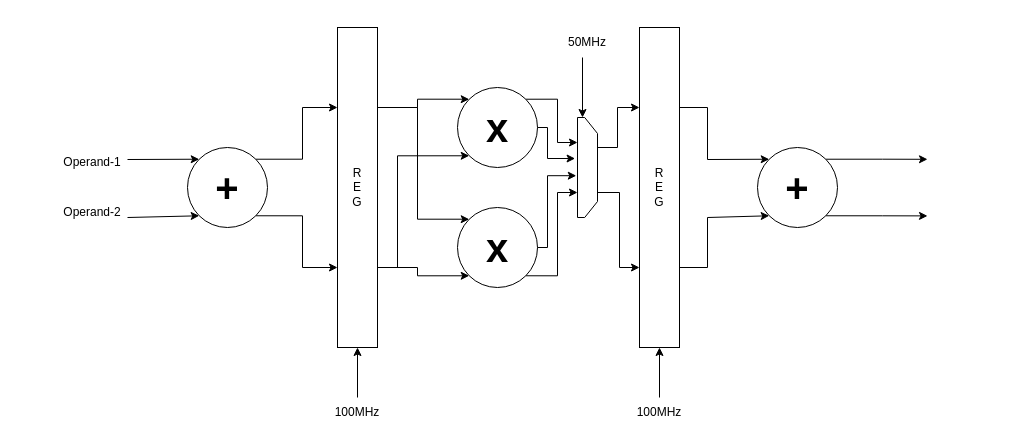
Before: bi-tribble_concept.drawio in aitesam961/bi-tribble, a draw.io diagram. Source tidied: cells renumbered, new cells numbered last; positions are measured from the earlier drawing's top-left corner, leaving out a move shared by most shapes. Both pictures are drawn from the tidied source at 100%, with x=0, y=0 at pixel (57, 27).
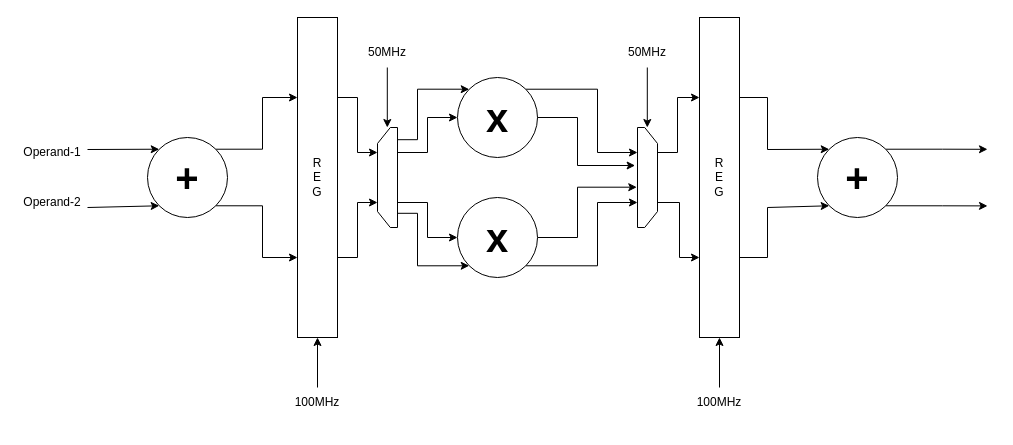
After the change.

The edit, as a diff of the source:
```diff
@@
-    <mxCell id="2" style="edgeStyle=orthogonalEdgeStyle;rounded=0;jettySize=auto;html=1;exitX=1;exitY=0.25;exitDx=0;exitDy=0;entryX=0;entryY=0;entryDx=0;entryDy=0;" parent="1" edge="1" source="6" target="16">
-      <mxGeometry relative="1" as="geometry" />
-    </mxCell>
-    <mxCell id="3" style="edgeStyle=orthogonalEdgeStyle;rounded=0;jettySize=auto;html=1;exitX=1;exitY=0.25;exitDx=0;exitDy=0;entryX=0;entryY=0;entryDx=0;entryDy=0;" parent="1" edge="1" source="6" target="22">
-      <mxGeometry relative="1" as="geometry" />
-    </mxCell>
-    <mxCell id="4" style="edgeStyle=orthogonalEdgeStyle;rounded=0;jettySize=auto;html=1;exitX=1;exitY=0.75;exitDx=0;exitDy=0;entryX=0;entryY=1;entryDx=0;entryDy=0;" parent="1" edge="1" source="6" target="22">
-      <mxGeometry relative="1" as="geometry" />
-    </mxCell>
-    <mxCell id="5" style="edgeStyle=orthogonalEdgeStyle;rounded=0;jettySize=auto;html=1;exitX=1;exitY=0.75;exitDx=0;exitDy=0;entryX=0;entryY=1;entryDx=0;entryDy=0;" parent="1" edge="1" source="6" target="16">
-      <mxGeometry relative="1" as="geometry">
-        <Array as="points">
-          <mxPoint x="340" y="240" />
-          <mxPoint x="340" y="128" />
-        </Array>
-      </mxGeometry>
-    </mxCell>
+    <mxCell id="35" style="edgeStyle=orthogonalEdgeStyle;rounded=0;jettySize=auto;html=1;exitX=1;exitY=0.25;exitDx=0;exitDy=0;entryX=0.75;entryY=0;entryDx=0;entryDy=0;" parent="1" edge="1" source="6" target="44">
+      <mxGeometry relative="1" as="geometry" />
+    </mxCell>
+    <mxCell id="36" style="edgeStyle=orthogonalEdgeStyle;rounded=0;jettySize=auto;html=1;exitX=1;exitY=0.75;exitDx=0;exitDy=0;entryX=0.25;entryY=0;entryDx=0;entryDy=0;" parent="1" edge="1" source="6" target="44">
+      <mxGeometry relative="1" as="geometry" />
+    </mxCell>
     <mxCell id="6" value="R&lt;br&gt;E&lt;br&gt;G" style="rounded=0;whiteSpace=wrap;html=1;" parent="1" vertex="1">
-      <mxGeometry x="280" width="40" height="320" as="geometry" />
+      <mxGeometry x="240" y="-10" width="40" height="320" as="geometry" />
     </mxCell>
@@
     <mxCell id="9" style="endArrow=classic;html=1;rounded=0;entryX=0;entryY=0;entryDx=0;entryDy=0;" parent="1" edge="1" target="13">
       <mxGeometry relative="1" as="geometry">
-        <mxPoint x="70" y="132" as="sourcePoint" />
+        <mxPoint x="30" y="122" as="sourcePoint" />
       </mxGeometry>
     </mxCell>
     <mxCell id="10" style="endArrow=classic;html=1;rounded=0;entryX=0;entryY=1;entryDx=0;entryDy=0;" parent="1" edge="1" target="13">
       <mxGeometry relative="1" as="geometry">
-        <mxPoint x="70" y="190" as="sourcePoint" />
+        <mxPoint x="30" y="180" as="sourcePoint" />
       </mxGeometry>
     </mxCell>
     <mxCell id="11" value="Operand-1" style="text;html=1;strokeColor=none;fillColor=none;align=center;verticalAlign=middle;whiteSpace=wrap;rounded=0;" parent="1" vertex="1">
-      <mxGeometry y="120" width="70" height="30" as="geometry" />
+      <mxGeometry x="-40" y="110" width="70" height="30" as="geometry" />
     </mxCell>
     <mxCell id="12" value="Operand-2" style="text;html=1;strokeColor=none;fillColor=none;align=center;verticalAlign=middle;whiteSpace=wrap;rounded=0;" parent="1" vertex="1">
-      <mxGeometry y="170" width="70" height="30" as="geometry" />
+      <mxGeometry x="-40" y="160" width="70" height="30" as="geometry" />
     </mxCell>
     <mxCell id="13" value="&lt;font size=&quot;1&quot; style=&quot;&quot;&gt;&lt;b style=&quot;font-size: 40px;&quot;&gt;+&lt;/b&gt;&lt;/font&gt;" style="ellipse;whiteSpace=wrap;html=1;" parent="1" vertex="1">
-      <mxGeometry x="130" y="120" width="80" height="80" as="geometry" />
+      <mxGeometry x="90" y="110" width="80" height="80" as="geometry" />
     </mxCell>
     <mxCell id="14" style="endArrow=classic;html=1;rounded=0;entryX=0.5;entryY=1;entryDx=0;entryDy=0;" parent="1" edge="1" target="6">
       <mxGeometry relative="1" as="geometry">
-        <mxPoint x="300" y="370" as="sourcePoint" />
+        <mxPoint x="260" y="360" as="sourcePoint" />
       </mxGeometry>
     </mxCell>
-    <mxCell id="15" style="edgeStyle=orthogonalEdgeStyle;rounded=0;jettySize=auto;html=1;exitX=1;exitY=0;exitDx=0;exitDy=0;entryX=0.25;entryY=1;entryDx=0;entryDy=0;" parent="1" edge="1" source="16" target="32">
-      <mxGeometry relative="1" as="geometry" />
-    </mxCell>
+    <mxCell id="37" style="edgeStyle=orthogonalEdgeStyle;rounded=0;jettySize=auto;html=1;exitX=1;exitY=0;exitDx=0;exitDy=0;entryX=0.25;entryY=1;entryDx=0;entryDy=0;" parent="1" edge="1" source="16" target="32">
+      <mxGeometry relative="1" as="geometry">
+        <Array as="points">
+          <mxPoint x="540" y="62" />
+          <mxPoint x="540" y="125" />
+        </Array>
+      </mxGeometry>
+    </mxCell>
     <mxCell id="16" value="&lt;font size=&quot;1&quot; style=&quot;&quot;&gt;&lt;b style=&quot;font-size: 40px;&quot;&gt;x&lt;/b&gt;&lt;/font&gt;" style="ellipse;whiteSpace=wrap;html=1;" parent="1" vertex="1">
-      <mxGeometry x="400" y="60" width="80" height="80" as="geometry" />
+      <mxGeometry x="400" y="50" width="80" height="80" as="geometry" />
     </mxCell>
     <mxCell id="17" value="R&lt;br&gt;E&lt;br&gt;G" style="rounded=0;whiteSpace=wrap;html=1;" parent="1" vertex="1">
-      <mxGeometry x="582" width="40" height="320" as="geometry" />
+      <mxGeometry x="642" y="-10" width="40" height="320" as="geometry" />
     </mxCell>
     <mxCell id="18" value="100MHz" style="text;html=1;strokeColor=none;fillColor=none;align=center;verticalAlign=middle;whiteSpace=wrap;rounded=0;" parent="1" vertex="1">
-      <mxGeometry x="270" y="370" width="60" height="30" as="geometry" />
+      <mxGeometry x="230" y="360" width="60" height="30" as="geometry" />
     </mxCell>
     <mxCell id="19" style="endArrow=classic;html=1;rounded=0;entryX=0.5;entryY=1;entryDx=0;entryDy=0;" parent="1" edge="1">
       <mxGeometry relative="1" as="geometry">
-        <mxPoint x="602" y="370" as="sourcePoint" />
-        <mxPoint x="602" y="320" as="targetPoint" />
+        <mxPoint x="662" y="360" as="sourcePoint" />
+        <mxPoint x="662" y="310" as="targetPoint" />
       </mxGeometry>
     </mxCell>
     <mxCell id="20" value="100MHz" style="text;html=1;strokeColor=none;fillColor=none;align=center;verticalAlign=middle;whiteSpace=wrap;rounded=0;" parent="1" vertex="1">
-      <mxGeometry x="572" y="370" width="60" height="30" as="geometry" />
+      <mxGeometry x="632" y="360" width="60" height="30" as="geometry" />
     </mxCell>
-    <mxCell id="21" style="edgeStyle=orthogonalEdgeStyle;rounded=0;jettySize=auto;html=1;exitX=1;exitY=1;exitDx=0;exitDy=0;entryX=0.75;entryY=1;entryDx=0;entryDy=0;" parent="1" edge="1" source="22" target="32">
-      <mxGeometry relative="1" as="geometry" />
-    </mxCell>
+    <mxCell id="38" style="edgeStyle=orthogonalEdgeStyle;rounded=0;jettySize=auto;html=1;exitX=1;exitY=0.5;exitDx=0;exitDy=0;entryX=0.597;entryY=1.036;entryDx=0;entryDy=0;entryPerimeter=0;" parent="1" edge="1" source="22" target="32">
+      <mxGeometry relative="1" as="geometry">
+        <Array as="points">
+          <mxPoint x="520" y="210" />
+          <mxPoint x="520" y="160" />
+        </Array>
+      </mxGeometry>
+    </mxCell>
+    <mxCell id="39" style="edgeStyle=orthogonalEdgeStyle;rounded=0;jettySize=auto;html=1;exitX=1;exitY=1;exitDx=0;exitDy=0;entryX=0.75;entryY=1;entryDx=0;entryDy=0;" parent="1" edge="1" source="22" target="32">
+      <mxGeometry relative="1" as="geometry">
+        <Array as="points">
+          <mxPoint x="540" y="238" />
+          <mxPoint x="540" y="175" />
+        </Array>
+      </mxGeometry>
+    </mxCell>
     <mxCell id="22" value="&lt;font size=&quot;1&quot; style=&quot;&quot;&gt;&lt;b style=&quot;font-size: 40px;&quot;&gt;x&lt;/b&gt;&lt;/font&gt;" style="ellipse;whiteSpace=wrap;html=1;" parent="1" vertex="1">
-      <mxGeometry x="400" y="180" width="80" height="80" as="geometry" />
+      <mxGeometry x="400" y="170" width="80" height="80" as="geometry" />
     </mxCell>
     <mxCell id="23" style="edgeStyle=orthogonalEdgeStyle;rounded=0;jettySize=auto;html=1;exitX=0.25;exitY=0;exitDx=0;exitDy=0;entryX=0;entryY=0.25;entryDx=0;entryDy=0;" parent="1" edge="1" source="32" target="17">
       <mxGeometry relative="1" as="geometry">
         <Array as="points">
-          <mxPoint x="540" y="120" />
-          <mxPoint x="560" y="120" />
-          <mxPoint x="560" y="80" />
+          <mxPoint x="620" y="125" />
+          <mxPoint x="620" y="70" />
         </Array>
       </mxGeometry>
     </mxCell>
     <mxCell id="24" style="edgeStyle=orthogonalEdgeStyle;rounded=0;jettySize=auto;html=1;exitX=0.75;exitY=0;exitDx=0;exitDy=0;entryX=0;entryY=0.75;entryDx=0;entryDy=0;" parent="1" edge="1" source="32" target="17">
       <mxGeometry relative="1" as="geometry">
         <Array as="points">
-          <mxPoint x="562" y="165" />
-          <mxPoint x="562" y="240" />
+          <mxPoint x="622" y="175" />
+          <mxPoint x="622" y="230" />
         </Array>
       </mxGeometry>
     </mxCell>
     <mxCell id="25" style="endArrow=classic;html=1;rounded=0;entryX=0;entryY=0;entryDx=0;entryDy=0;exitX=1;exitY=0.25;exitDx=0;exitDy=0;" parent="1" edge="1" source="17" target="29">
       <mxGeometry relative="1" as="geometry">
         <Array as="points">
-          <mxPoint x="650" y="80" />
-          <mxPoint x="650" y="132" />
+          <mxPoint x="710" y="70" />
+          <mxPoint x="710" y="122" />
         </Array>
       </mxGeometry>
     </mxCell>
     <mxCell id="26" style="endArrow=classic;html=1;rounded=0;entryX=0;entryY=1;entryDx=0;entryDy=0;exitX=1;exitY=0.75;exitDx=0;exitDy=0;" parent="1" edge="1" source="17" target="29">
       <mxGeometry relative="1" as="geometry">
         <Array as="points">
-          <mxPoint x="650" y="240" />
-          <mxPoint x="650" y="190" />
+          <mxPoint x="710" y="230" />
+          <mxPoint x="710" y="180" />
         </Array>
       </mxGeometry>
     </mxCell>
     <mxCell id="27" style="edgeStyle=orthogonalEdgeStyle;rounded=0;jettySize=auto;html=1;exitX=1;exitY=0;exitDx=0;exitDy=0;" parent="1" edge="1" source="29">
       <mxGeometry relative="1" as="geometry">
-        <mxPoint x="870" y="131.8" as="targetPoint" />
+        <mxPoint x="930" y="121.8" as="targetPoint" />
       </mxGeometry>
     </mxCell>
     <mxCell id="28" style="edgeStyle=orthogonalEdgeStyle;rounded=0;jettySize=auto;html=1;exitX=1;exitY=1;exitDx=0;exitDy=0;" parent="1" edge="1" source="29">
       <mxGeometry relative="1" as="geometry">
-        <mxPoint x="870" y="188.4" as="targetPoint" />
+        <mxPoint x="930" y="178.4" as="targetPoint" />
       </mxGeometry>
     </mxCell>
     <mxCell id="29" value="&lt;font size=&quot;1&quot; style=&quot;&quot;&gt;&lt;b style=&quot;font-size: 40px;&quot;&gt;+&lt;/b&gt;&lt;/font&gt;" style="ellipse;whiteSpace=wrap;html=1;" parent="1" vertex="1">
-      <mxGeometry x="700" y="120" width="80" height="80" as="geometry" />
+      <mxGeometry x="760" y="110" width="80" height="80" as="geometry" />
     </mxCell>
     <mxCell id="30" style="endArrow=classic;html=1;rounded=0;" parent="1" edge="1">
       <mxGeometry relative="1" as="geometry">
-        <mxPoint x="525" y="30" as="sourcePoint" />
-        <mxPoint x="525" y="90" as="targetPoint" />
+        <mxPoint x="589.8" y="40" as="sourcePoint" />
+        <mxPoint x="589.8" y="100" as="targetPoint" />
       </mxGeometry>
     </mxCell>
     <mxCell id="31" value="50MHz" style="text;html=1;strokeColor=none;fillColor=none;align=center;verticalAlign=middle;whiteSpace=wrap;rounded=0;" parent="1" vertex="1">
-      <mxGeometry x="500" width="60" height="30" as="geometry" />
+      <mxGeometry x="560" y="10" width="60" height="30" as="geometry" />
     </mxCell>
     <mxCell id="32" style="shape=loopLimit;whiteSpace=wrap;html=1;size=16;direction=south;" parent="1" vertex="1">
-      <mxGeometry x="520" y="90" width="20" height="100" as="geometry" />
+      <mxGeometry x="580" y="100" width="20" height="100" as="geometry" />
     </mxCell>
-    <mxCell id="33" style="edgeStyle=orthogonalEdgeStyle;rounded=0;jettySize=auto;html=1;entryX=0.41;entryY=1.12;entryDx=0;entryDy=0;entryPerimeter=0;" parent="1" edge="1" source="16" target="32">
-      <mxGeometry relative="1" as="geometry">
-        <Array as="points">
-          <mxPoint x="490" y="100" />
-          <mxPoint x="490" y="131" />
-        </Array>
-      </mxGeometry>
-    </mxCell>
-    <mxCell id="34" style="edgeStyle=orthogonalEdgeStyle;rounded=0;jettySize=auto;html=1;exitX=1;exitY=0.5;exitDx=0;exitDy=0;entryX=0.582;entryY=1.06;entryDx=0;entryDy=0;entryPerimeter=0;" parent="1" edge="1" source="22" target="32">
-      <mxGeometry relative="1" as="geometry">
-        <Array as="points">
-          <mxPoint x="490" y="220" />
-          <mxPoint x="490" y="148" />
-        </Array>
-      </mxGeometry>
-    </mxCell>
+    <mxCell id="40" style="edgeStyle=orthogonalEdgeStyle;rounded=0;jettySize=auto;html=1;exitX=0.878;exitY=0.98;exitDx=0;exitDy=0;entryX=0;entryY=0;entryDx=0;entryDy=0;exitPerimeter=0;" parent="1" edge="1" source="44" target="16">
+      <mxGeometry relative="1" as="geometry">
+        <Array as="points">
+          <mxPoint x="360" y="112" />
+          <mxPoint x="360" y="62" />
+        </Array>
+      </mxGeometry>
+    </mxCell>
+    <mxCell id="41" style="edgeStyle=orthogonalEdgeStyle;rounded=0;jettySize=auto;html=1;exitX=0.75;exitY=1;exitDx=0;exitDy=0;entryX=0;entryY=0.5;entryDx=0;entryDy=0;" parent="1" edge="1" source="44" target="16">
+      <mxGeometry relative="1" as="geometry">
+        <Array as="points">
+          <mxPoint x="370" y="125" />
+          <mxPoint x="370" y="90" />
+        </Array>
+      </mxGeometry>
+    </mxCell>
+    <mxCell id="42" style="edgeStyle=orthogonalEdgeStyle;rounded=0;jettySize=auto;html=1;exitX=0.142;exitY=1;exitDx=0;exitDy=0;entryX=0;entryY=1;entryDx=0;entryDy=0;exitPerimeter=0;" parent="1" edge="1" source="44" target="22">
+      <mxGeometry relative="1" as="geometry">
+        <Array as="points">
+          <mxPoint x="360" y="186" />
+          <mxPoint x="360" y="238" />
+        </Array>
+      </mxGeometry>
+    </mxCell>
+    <mxCell id="43" style="edgeStyle=orthogonalEdgeStyle;rounded=0;jettySize=auto;html=1;exitX=0.25;exitY=1;exitDx=0;exitDy=0;entryX=0;entryY=0.5;entryDx=0;entryDy=0;" parent="1" edge="1" source="44" target="22">
+      <mxGeometry relative="1" as="geometry">
+        <Array as="points">
+          <mxPoint x="370" y="175" />
+          <mxPoint x="370" y="210" />
+        </Array>
+      </mxGeometry>
+    </mxCell>
+    <mxCell id="44" style="shape=loopLimit;whiteSpace=wrap;html=1;size=16;direction=north;" parent="1" vertex="1">
+      <mxGeometry x="320" y="100" width="20" height="100" as="geometry" />
+    </mxCell>
+    <mxCell id="45" style="edgeStyle=orthogonalEdgeStyle;rounded=0;jettySize=auto;html=1;entryX=0.38;entryY=1.119;entryDx=0;entryDy=0;entryPerimeter=0;" parent="1" edge="1" source="16" target="32">
+      <mxGeometry relative="1" as="geometry">
+        <Array as="points">
+          <mxPoint x="520" y="90" />
+          <mxPoint x="520" y="138" />
+        </Array>
+      </mxGeometry>
+    </mxCell>
+    <mxCell id="46" style="endArrow=classic;html=1;rounded=0;" parent="1" edge="1">
+      <mxGeometry relative="1" as="geometry">
+        <mxPoint x="329.8" y="40" as="sourcePoint" />
+        <mxPoint x="329.8" y="100" as="targetPoint" />
+      </mxGeometry>
+    </mxCell>
+    <mxCell id="47" value="50MHz" style="text;html=1;strokeColor=none;fillColor=none;align=center;verticalAlign=middle;whiteSpace=wrap;rounded=0;" parent="1" vertex="1">
+      <mxGeometry x="300" y="10" width="60" height="30" as="geometry" />
+    </mxCell>
```
